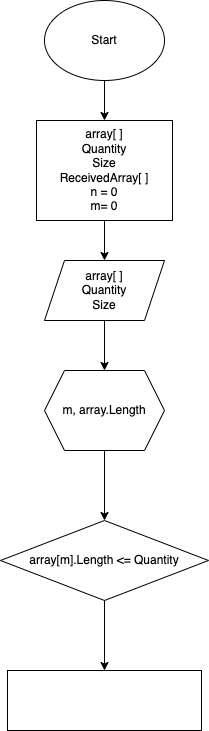
This is Main method.drawio.png from Proninaprodigy/Test-Geek-Brains, a draw.io export, as it was before one commit. Source tidied: cells renumbered, new cells last; positions are measured from the earlier drawing's top-left corner, leaving out a move shared by most shapes.
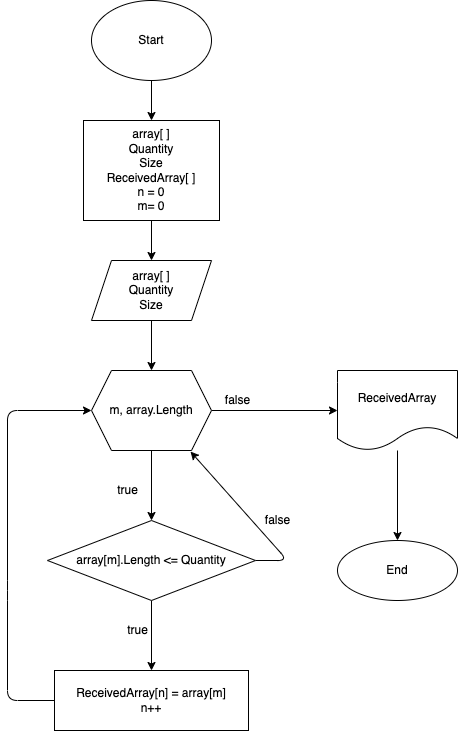
The same file after the commit.

Commit message:
Блок-схема основного решения

What changed in the source:
```diff
@@ -23,17 +23,57 @@
     <mxCell id="8" style="edgeStyle=none;html=1;" parent="1" edge="1" source="9" target="11">
       <mxGeometry relative="1" as="geometry" />
     </mxCell>
+    <mxCell id="13" style="edgeStyle=none;html=1;" parent="1" edge="1" source="9" target="20">
+      <mxGeometry relative="1" as="geometry" />
+    </mxCell>
     <mxCell id="9" value="m, array.Length" style="shape=hexagon;perimeter=hexagonPerimeter2;whiteSpace=wrap;html=1;fixedSize=1;" parent="1" vertex="1">
       <mxGeometry x="44" y="370" width="120" height="80" as="geometry" />
     </mxCell>
     <mxCell id="10" style="edgeStyle=none;html=1;" parent="1" edge="1" source="11" target="12">
       <mxGeometry relative="1" as="geometry" />
     </mxCell>
+    <mxCell id="14" style="edgeStyle=none;html=1;entryX=0.825;entryY=1.013;entryDx=0;entryDy=0;entryPerimeter=0;exitX=1;exitY=0.5;exitDx=0;exitDy=0;" parent="1" edge="1" source="11" target="9">
+      <mxGeometry relative="1" as="geometry">
+        <Array as="points">
+          <mxPoint x="240" y="560" />
+        </Array>
+      </mxGeometry>
+    </mxCell>
     <mxCell id="11" value="array[m].Length &amp;lt;= Quantity" style="rhombus;whiteSpace=wrap;html=1;" parent="1" vertex="1">
       <mxGeometry y="520" width="208" height="80" as="geometry" />
     </mxCell>
+    <mxCell id="15" style="edgeStyle=none;html=1;entryX=0;entryY=0.5;entryDx=0;entryDy=0;exitX=0;exitY=0.5;exitDx=0;exitDy=0;" parent="1" edge="1" source="12" target="9">
+      <mxGeometry relative="1" as="geometry">
+        <Array as="points">
+          <mxPoint x="-40" y="700" />
+          <mxPoint x="-40" y="590" />
+          <mxPoint x="-40" y="410" />
+        </Array>
+      </mxGeometry>
+    </mxCell>
-    <mxCell id="12" style="whiteSpace=wrap;html=1;" parent="1" vertex="1">
+    <mxCell id="12" value="ReceivedArray[n] = array[m]&lt;br&gt;n++" style="whiteSpace=wrap;html=1;" parent="1" vertex="1">
       <mxGeometry x="7" y="670" width="194" height="60" as="geometry" />
     </mxCell>
+    <mxCell id="16" value="true" style="text;html=1;align=center;verticalAlign=middle;strokeColor=none;fillColor=none;" parent="1" vertex="1">
+      <mxGeometry x="60" y="480" width="40" height="20" as="geometry" />
+    </mxCell>
+    <mxCell id="17" value="true" style="text;html=1;align=center;verticalAlign=middle;strokeColor=none;fillColor=none;" parent="1" vertex="1">
+      <mxGeometry x="70" y="620" width="40" height="20" as="geometry" />
+    </mxCell>
+    <mxCell id="18" value="false" style="text;html=1;align=center;verticalAlign=middle;strokeColor=none;fillColor=none;" parent="1" vertex="1">
+      <mxGeometry x="210" y="510" width="40" height="20" as="geometry" />
+    </mxCell>
+    <mxCell id="19" style="edgeStyle=none;html=1;" parent="1" edge="1" source="20" target="21">
+      <mxGeometry relative="1" as="geometry" />
+    </mxCell>
+    <mxCell id="20" value="ReceivedArray" style="shape=document;whiteSpace=wrap;html=1;boundedLbl=1;" parent="1" vertex="1">
+      <mxGeometry x="290" y="370" width="120" height="80" as="geometry" />
+    </mxCell>
+    <mxCell id="21" value="End" style="ellipse;whiteSpace=wrap;html=1;" parent="1" vertex="1">
+      <mxGeometry x="290" y="540" width="120" height="60" as="geometry" />
+    </mxCell>
+    <mxCell id="22" value="false" style="text;html=1;align=center;verticalAlign=middle;strokeColor=none;fillColor=none;" parent="1" vertex="1">
+      <mxGeometry x="170" y="390" width="40" height="20" as="geometry" />
+    </mxCell>
   </root>
 </mxGraphModel>
```
